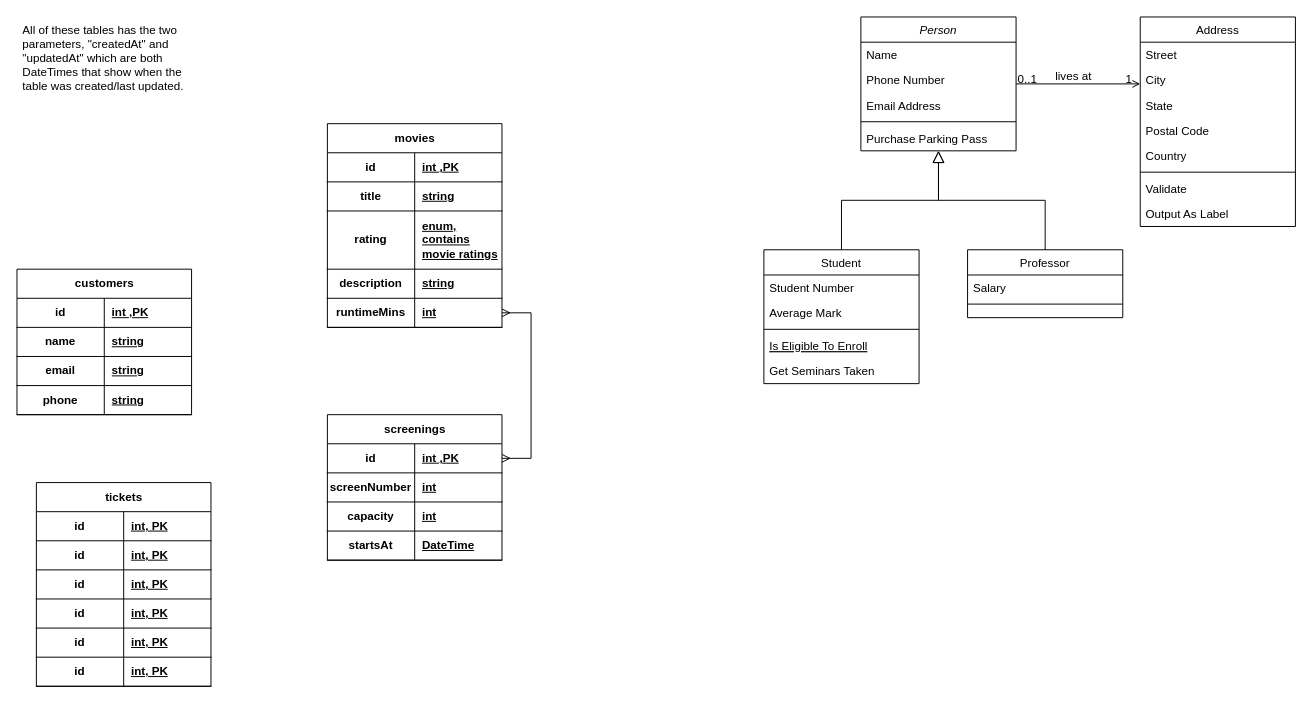
The draw.io diagram ERD.drawio in boolean-uk/csharp-api-cinema-challenge, before the edit. Source tidied: cells renumbered, new cells numbered last; positions are measured from the earlier drawing's top-left corner, leaving out a move shared by most shapes. Both pictures are drawn from the tidied source at 97%, with x=0, y=0 at pixel (16, 16).
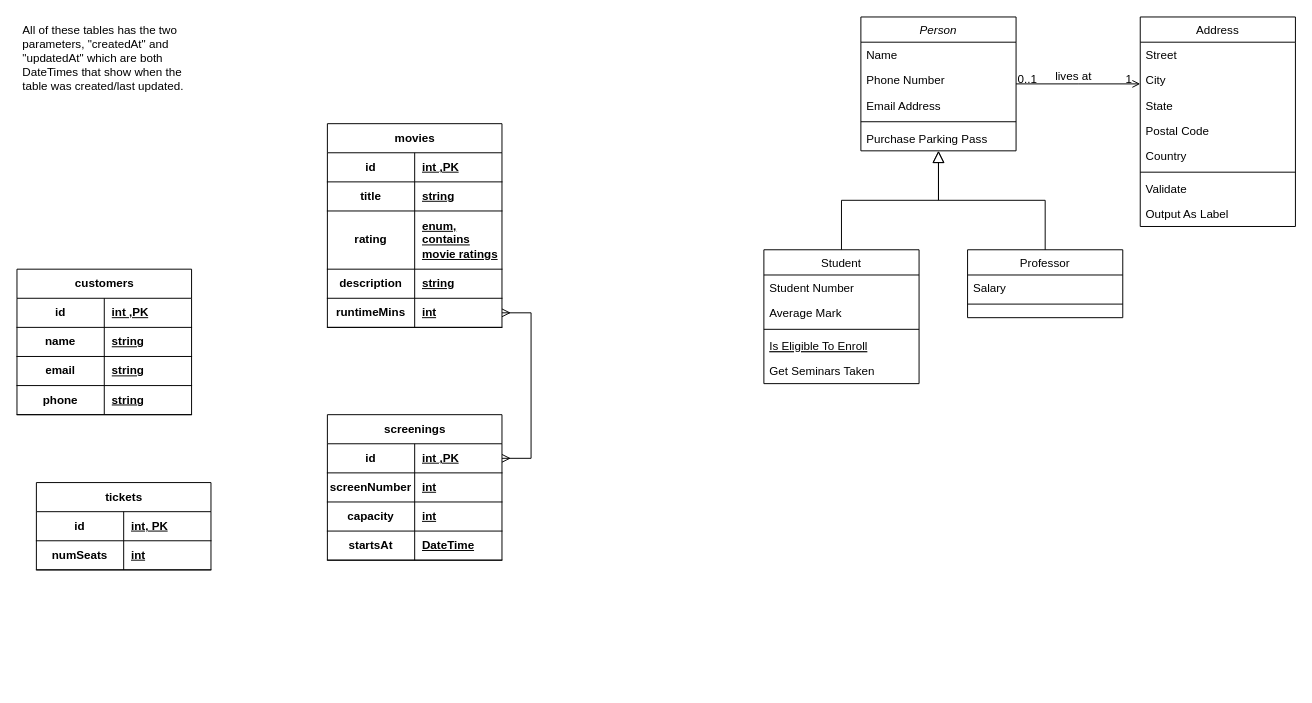
The same page after the edit.

The change refers to these unchanged cells:
```xml
<mxCell id="80" style="shape=tableRow;horizontal=0;startSize=0;swimlaneHead=0;swimlaneBody=0;fillColor=none;top=0;left=0;right=0;bottom=1;" parent="76" vertex="1">
  <mxGeometry y="60" width="180" height="30" as="geometry" />
</mxCell>
```

What changed in the source:
```diff
@@
     <mxCell id="76" value="tickets" style="shape=table;startSize=30;childLayout=tableLayout;rowLines=0;fontStyle=1;align=center;html=1;" parent="1" vertex="1">
-      <mxGeometry x="20" y="480" width="180" height="210" as="geometry" />
+      <mxGeometry x="20" y="480" width="180" height="90" as="geometry" />
     </mxCell>
@@
-    <mxCell id="81" value="id" style="shape=partialRectangle;fillColor=none;top=0;left=0;bottom=0;right=0;fontStyle=1;overflow=hidden;whiteSpace=wrap;html=1;" parent="80" vertex="1">
+    <mxCell id="81" value="numSeats" style="shape=partialRectangle;fillColor=none;top=0;left=0;bottom=0;right=0;fontStyle=1;overflow=hidden;whiteSpace=wrap;html=1;" parent="80" vertex="1">
       <mxGeometry width="90" height="30" as="geometry" />
     </mxCell>
-    <mxCell id="82" value="int, PK" style="shape=partialRectangle;fillColor=none;top=0;left=0;bottom=0;right=0;align=left;spacingLeft=6;fontStyle=5;overflow=hidden;whiteSpace=wrap;html=1;" parent="80" vertex="1">
+    <mxCell id="82" value="int" style="shape=partialRectangle;fillColor=none;top=0;left=0;bottom=0;right=0;align=left;spacingLeft=6;fontStyle=5;overflow=hidden;whiteSpace=wrap;html=1;" parent="80" vertex="1">
       <mxGeometry x="90" width="90" height="30" as="geometry" />
     </mxCell>
-    <mxCell id="83" style="shape=tableRow;horizontal=0;startSize=0;swimlaneHead=0;swimlaneBody=0;fillColor=none;top=0;left=0;right=0;bottom=1;" parent="76" vertex="1">
-      <mxGeometry y="90" width="180" height="30" as="geometry" />
-    </mxCell>
-    <mxCell id="84" value="id" style="shape=partialRectangle;fillColor=none;top=0;left=0;bottom=0;right=0;fontStyle=1;overflow=hidden;whiteSpace=wrap;html=1;" parent="83" vertex="1">
-      <mxGeometry width="90" height="30" as="geometry" />
-    </mxCell>
-    <mxCell id="85" value="int, PK" style="shape=partialRectangle;fillColor=none;top=0;left=0;bottom=0;right=0;align=left;spacingLeft=6;fontStyle=5;overflow=hidden;whiteSpace=wrap;html=1;" parent="83" vertex="1">
-      <mxGeometry x="90" width="90" height="30" as="geometry" />
-    </mxCell>
-    <mxCell id="86" style="shape=tableRow;horizontal=0;startSize=0;swimlaneHead=0;swimlaneBody=0;fillColor=none;top=0;left=0;right=0;bottom=1;" parent="76" vertex="1">
-      <mxGeometry y="120" width="180" height="30" as="geometry" />
-    </mxCell>
-    <mxCell id="87" value="id" style="shape=partialRectangle;fillColor=none;top=0;left=0;bottom=0;right=0;fontStyle=1;overflow=hidden;whiteSpace=wrap;html=1;" parent="86" vertex="1">
-      <mxGeometry width="90" height="30" as="geometry" />
-    </mxCell>
-    <mxCell id="88" value="int, PK" style="shape=partialRectangle;fillColor=none;top=0;left=0;bottom=0;right=0;align=left;spacingLeft=6;fontStyle=5;overflow=hidden;whiteSpace=wrap;html=1;" parent="86" vertex="1">
-      <mxGeometry x="90" width="90" height="30" as="geometry" />
-    </mxCell>
-    <mxCell id="89" style="shape=tableRow;horizontal=0;startSize=0;swimlaneHead=0;swimlaneBody=0;fillColor=none;top=0;left=0;right=0;bottom=1;" parent="76" vertex="1">
-      <mxGeometry y="150" width="180" height="30" as="geometry" />
-    </mxCell>
-    <mxCell id="90" value="id" style="shape=partialRectangle;fillColor=none;top=0;left=0;bottom=0;right=0;fontStyle=1;overflow=hidden;whiteSpace=wrap;html=1;" parent="89" vertex="1">
-      <mxGeometry width="90" height="30" as="geometry" />
-    </mxCell>
-    <mxCell id="91" value="int, PK" style="shape=partialRectangle;fillColor=none;top=0;left=0;bottom=0;right=0;align=left;spacingLeft=6;fontStyle=5;overflow=hidden;whiteSpace=wrap;html=1;" parent="89" vertex="1">
-      <mxGeometry x="90" width="90" height="30" as="geometry" />
-    </mxCell>
-    <mxCell id="92" style="shape=tableRow;horizontal=0;startSize=0;swimlaneHead=0;swimlaneBody=0;fillColor=none;top=0;left=0;right=0;bottom=1;" parent="76" vertex="1">
-      <mxGeometry y="180" width="180" height="30" as="geometry" />
-    </mxCell>
-    <mxCell id="93" value="id" style="shape=partialRectangle;fillColor=none;top=0;left=0;bottom=0;right=0;fontStyle=1;overflow=hidden;whiteSpace=wrap;html=1;" parent="92" vertex="1">
-      <mxGeometry width="90" height="30" as="geometry" />
-    </mxCell>
-    <mxCell id="94" value="int, PK" style="shape=partialRectangle;fillColor=none;top=0;left=0;bottom=0;right=0;align=left;spacingLeft=6;fontStyle=5;overflow=hidden;whiteSpace=wrap;html=1;" parent="92" vertex="1">
-      <mxGeometry x="90" width="90" height="30" as="geometry" />
-    </mxCell>
```
